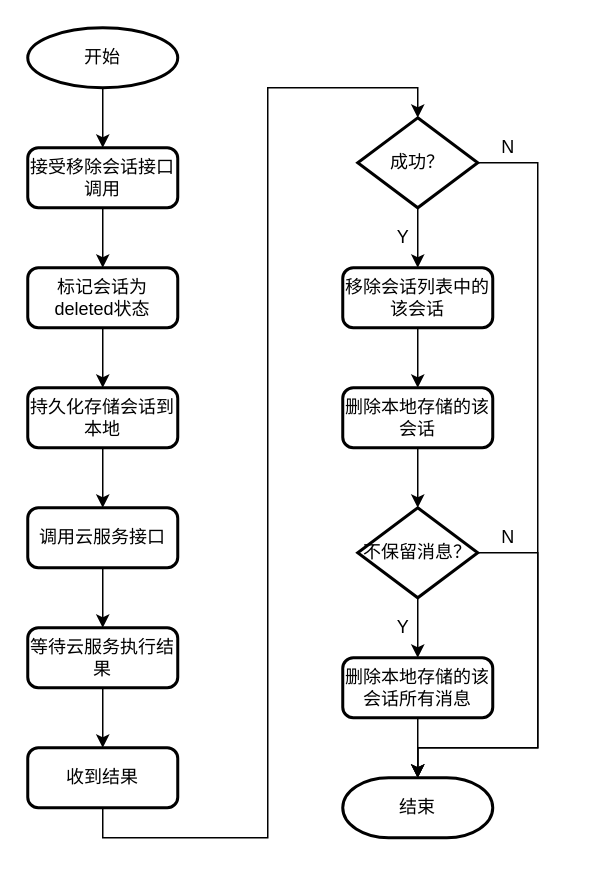
Earlier version of the draw.io diagram page "第 3 页" (3 of 10) of 获取会话列表.drawio (liuao2010/360MobileSafe). Source tidied: cells renumbered, new cells numbered last; positions are measured from the earlier drawing's top-left corner, leaving out a move shared by most shapes. Both pictures are drawn from the tidied source at 150%, with x=0, y=0 at pixel (27, 27).
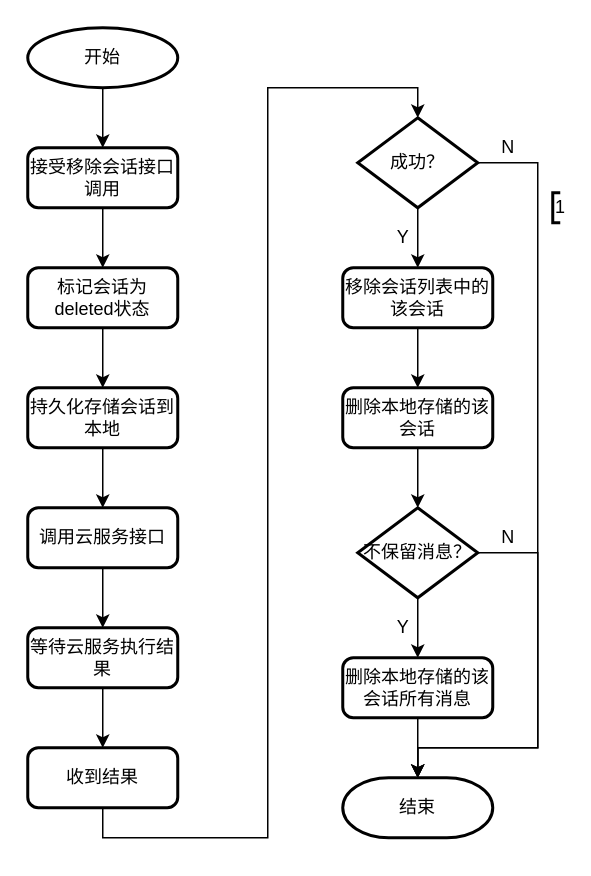
After the change.

The edit, as a diff of the source:
```diff
@@
+    <mxCell id="33" value="1" style="strokeWidth=2;html=1;shape=mxgraph.flowchart.annotation_1;align=left;rounded=1;" parent="1" vertex="1">
+      <mxGeometry x="350" y="110" width="5" height="20" as="geometry" />
+    </mxCell>
```
